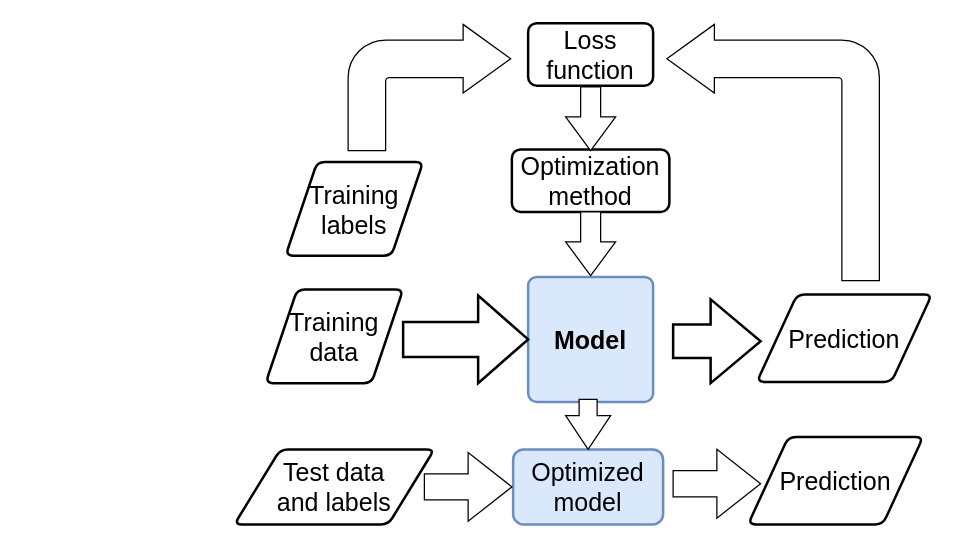
Above: MachineLearning1.drawio in Orozco-Duque/ML (draw.io), before the change. Source tidied: cells renumbered, new cells numbered last; positions are measured from the earlier drawing's top-left corner, leaving out a move shared by most shapes. Both pictures are drawn from the tidied source at 125%, with x=0, y=0 at pixel (234, 22).
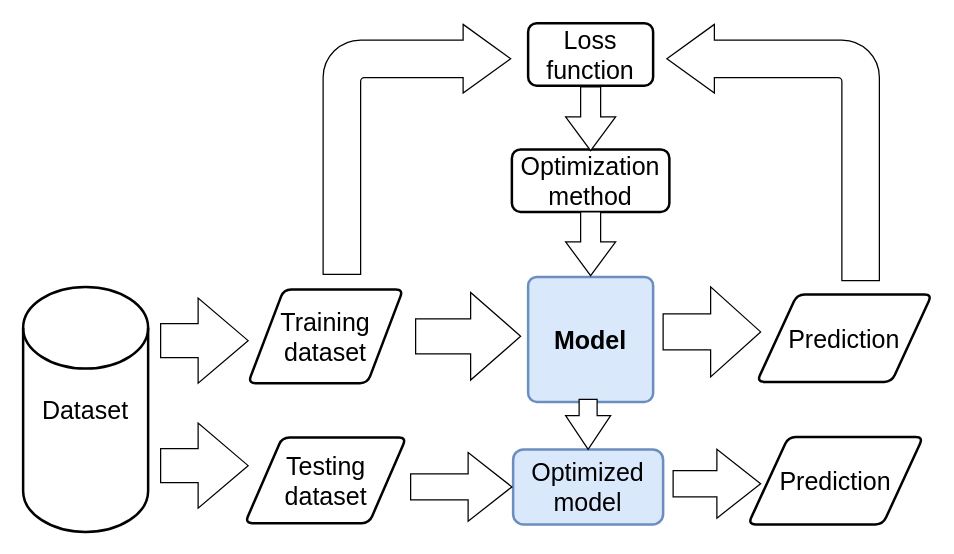
The same diagram, later.

What changed in the source:
```diff
@@
-    <mxCell id="3" style="verticalLabelPosition=bottom;verticalAlign=top;html=1;strokeWidth=2;shape=mxgraph.arrows2.arrow;dy=0.6;dx=40;notch=0;fontSize=20;fontColor=#000000;" parent="1" vertex="1">
-      <mxGeometry x="135" y="218" width="100" height="70" as="geometry" />
-    </mxCell>
-    <mxCell id="4" value="Training data" style="shape=parallelogram;html=1;strokeWidth=2;perimeter=parallelogramPerimeter;whiteSpace=wrap;rounded=1;arcSize=12;size=0.23;fontSize=20;fontColor=#000000;" parent="1" vertex="1">
-      <mxGeometry x="25" y="213" width="110" height="75" as="geometry" />
+    <mxCell id="4" value="Training&lt;br&gt;dataset" style="shape=parallelogram;html=1;strokeWidth=2;perimeter=parallelogramPerimeter;whiteSpace=wrap;rounded=1;arcSize=12;size=0.23;fontSize=20;fontColor=#000000;" parent="1" vertex="1">
+      <mxGeometry x="11" y="213" width="124" height="75" as="geometry" />
     </mxCell>
-    <mxCell id="5" style="verticalLabelPosition=bottom;verticalAlign=top;html=1;strokeWidth=2;shape=mxgraph.arrows2.arrow;dy=0.6;dx=40;notch=0;fontSize=20;fontColor=#000000;" parent="1" vertex="1">
-      <mxGeometry x="351" y="221" width="70" height="67" as="geometry" />
-    </mxCell>
@@
-    <mxCell id="12" value="Training labels" style="shape=parallelogram;html=1;strokeWidth=2;perimeter=parallelogramPerimeter;whiteSpace=wrap;rounded=1;arcSize=12;size=0.23;fontSize=20;fontColor=#000000;" parent="1" vertex="1">
-      <mxGeometry x="41" y="111" width="110" height="75" as="geometry" />
-    </mxCell>
     <mxCell id="13" style="html=1;shadow=0;dashed=0;align=center;verticalAlign=middle;shape=mxgraph.arrows2.bendArrow;dy=15;dx=38;notch=0;arrowHead=55;rounded=1;fontSize=20;fontColor=#000000;" parent="1" vertex="1">
-      <mxGeometry x="91" y="1" width="130" height="101" as="geometry" />
+      <mxGeometry x="71" y="1" width="150" height="200" as="geometry" />
     </mxCell>
-    <mxCell id="14" value="Test data &lt;br&gt;and labels" style="shape=parallelogram;html=1;strokeWidth=2;perimeter=parallelogramPerimeter;whiteSpace=wrap;rounded=1;arcSize=12;size=0.23;fontSize=20;fontColor=#000000;" parent="1" vertex="1">
-      <mxGeometry y="341" width="160" height="60" as="geometry" />
+    <mxCell id="14" value="Testing&lt;br&gt;dataset" style="shape=parallelogram;html=1;strokeWidth=2;perimeter=parallelogramPerimeter;whiteSpace=wrap;rounded=1;arcSize=12;size=0.23;fontSize=20;fontColor=#000000;" parent="1" vertex="1">
+      <mxGeometry x="8.5" y="331.5" width="129" height="68.5" as="geometry" />
     </mxCell>
@@
     <mxCell id="17" style="html=1;shadow=0;dashed=0;align=center;verticalAlign=middle;shape=mxgraph.arrows2.arrow;dy=0.62;dx=35;notch=0;fontSize=20;fontColor=#000000;" parent="1" vertex="1">
-      <mxGeometry x="152" y="343.5" width="70" height="55" as="geometry" />
+      <mxGeometry x="141" y="343.5" width="81" height="55" as="geometry" />
     </mxCell>
@@
+    <mxCell id="20" style="html=1;shadow=0;dashed=0;align=center;verticalAlign=middle;shape=mxgraph.arrows2.arrow;dy=0.6;dx=40;notch=0;fontSize=20;fontColor=#000000;" parent="1" vertex="1">
+      <mxGeometry x="145" y="215.5" width="84" height="70" as="geometry" />
+    </mxCell>
+    <mxCell id="21" style="html=1;shadow=0;dashed=0;align=center;verticalAlign=middle;shape=mxgraph.arrows2.arrow;dy=0.6;dx=40;notch=0;fontSize=20;fontColor=#000000;" parent="1" vertex="1">
+      <mxGeometry x="343" y="211" width="78" height="72" as="geometry" />
+    </mxCell>
+    <mxCell id="22" value="Dataset" style="strokeWidth=2;html=1;shape=mxgraph.flowchart.database;whiteSpace=wrap;fontSize=20;fontColor=#000000;" parent="1" vertex="1">
+      <mxGeometry x="-169" y="211" width="100" height="196" as="geometry" />
+    </mxCell>
+    <mxCell id="23" style="html=1;shadow=0;dashed=0;align=center;verticalAlign=middle;shape=mxgraph.arrows2.arrow;dy=0.6;dx=40;notch=0;fontSize=20;fontColor=#000000;" parent="1" vertex="1">
+      <mxGeometry x="-59" y="220" width="70" height="68" as="geometry" />
+    </mxCell>
+    <mxCell id="24" style="html=1;shadow=0;dashed=0;align=center;verticalAlign=middle;shape=mxgraph.arrows2.arrow;dy=0.6;dx=40;notch=0;fontSize=20;fontColor=#000000;" parent="1" vertex="1">
+      <mxGeometry x="-59" y="320" width="70" height="68" as="geometry" />
+    </mxCell>
```
